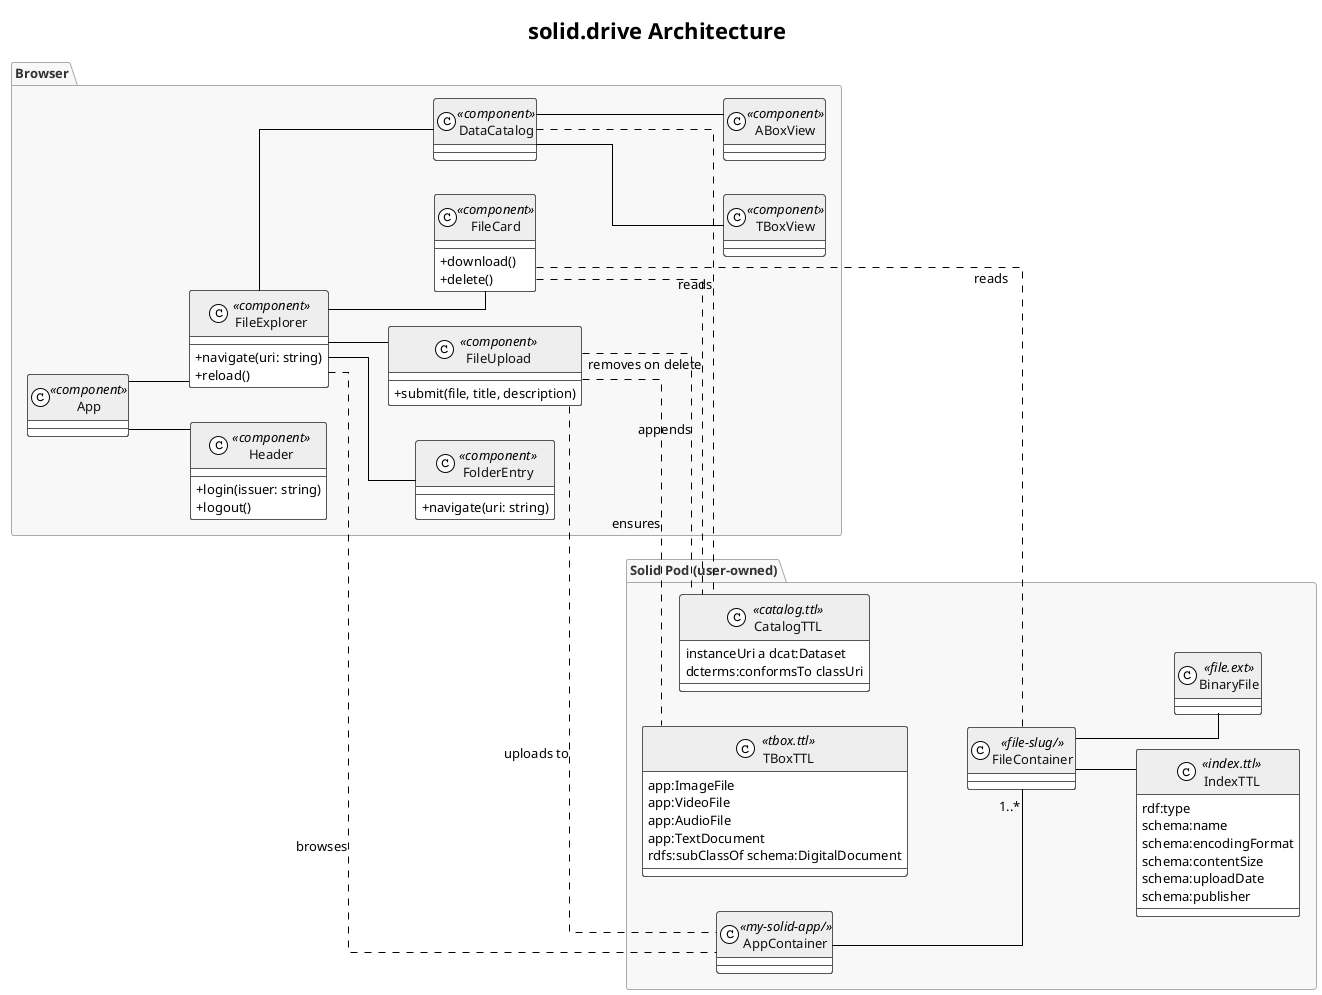
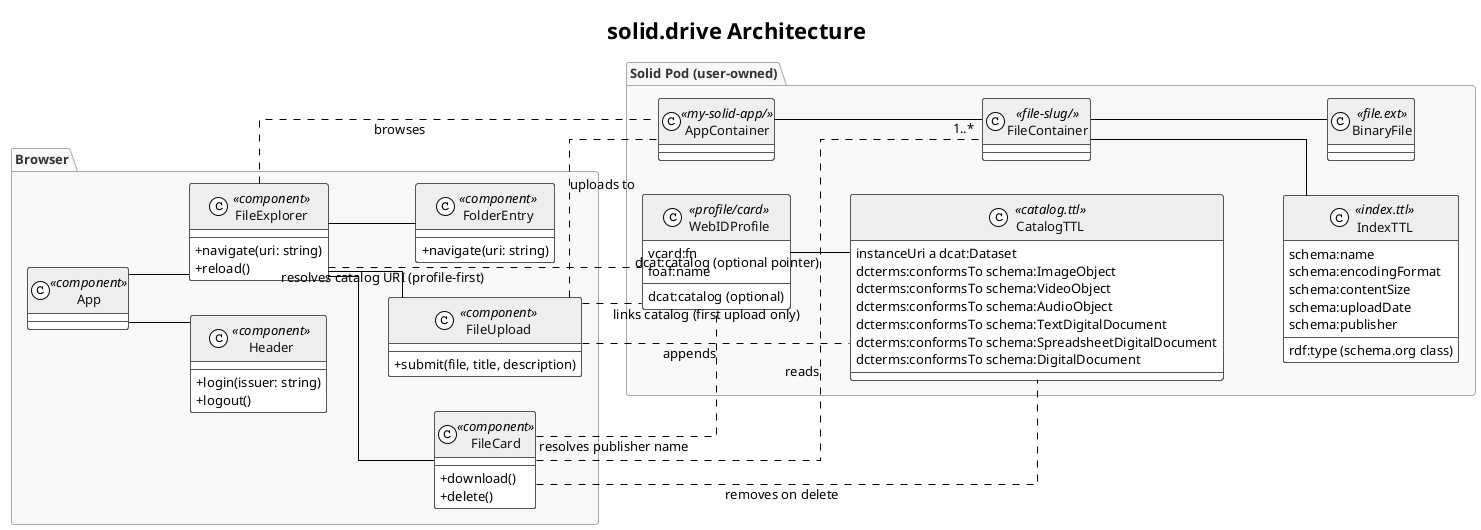
@startuml architecture
title solid.drive Architecture

!theme plain
skinparam defaultFontName sans-serif
skinparam defaultFontSize 13
skinparam classAttributeIconSize 0
skinparam backgroundColor White
skinparam linetype ortho

skinparam class {
  BackgroundColor White
  BorderColor #555555
  FontColor #111111
  HeaderBackgroundColor #EEEEEE
}

skinparam package {
  BackgroundColor #F8F8F8
  BorderColor #AAAAAA
  FontColor #333333
  FontStyle Bold
}

left to right direction

package "Browser" {

  class App <<component>>

  class Header <<component>> {
    +login(issuer: string)
    +logout()
  }

  class FileExplorer <<component>> {
    +navigate(uri: string)
    +reload()
  }

  class FileUpload <<component>> {
    +submit(file, title, description)
  }

  class FileCard <<component>> {
    +download()
    +delete()
  }

  class FolderEntry <<component>> {
    +navigate(uri: string)
  }

-   class DataCatalog <<component>>
-   class TBoxView <<component>>
-   class ABoxView <<component>>
- 
  App -- Header
  App -- FileExplorer
  FileExplorer -- FileUpload
  FileExplorer -- FileCard
  FileExplorer -- FolderEntry
-   FileExplorer -- DataCatalog
-   DataCatalog -- TBoxView
-   DataCatalog -- ABoxView
}

package "Solid Pod (user-owned)" {

-   class TBoxTTL <<tbox.ttl>> {
-     app:ImageFile
-     app:VideoFile
-     app:AudioFile
-     app:TextDocument
-     rdfs:subClassOf schema:DigitalDocument
-   }
- 
  class CatalogTTL <<catalog.ttl>> {
    instanceUri a dcat:Dataset
-     dcterms:conformsTo classUri
+     dcterms:conformsTo schema:ImageObject
+     dcterms:conformsTo schema:VideoObject
+     dcterms:conformsTo schema:AudioObject
+     dcterms:conformsTo schema:TextDigitalDocument
+     dcterms:conformsTo schema:SpreadsheetDigitalDocument
+     dcterms:conformsTo schema:DigitalDocument
  }

  class AppContainer <<my-solid-app/>>

  class FileContainer <<file-slug/>>

  class IndexTTL <<index.ttl>> {
-     rdf:type
+     rdf:type (schema.org class)
    schema:name
    schema:encodingFormat
    schema:contentSize
    schema:uploadDate
    schema:publisher
  }

  class BinaryFile <<file.ext>>

+   class WebIDProfile <<profile/card>> {
+     vcard:fn
+     foaf:name
+     dcat:catalog (optional)
+   }
+ 
  AppContainer -- "1..*" FileContainer
  FileContainer -- IndexTTL
  FileContainer -- BinaryFile
+   WebIDProfile -- CatalogTTL : dcat:catalog (optional pointer)
}

- FileUpload .. TBoxTTL    : ensures
- FileUpload .. CatalogTTL : appends
+ FileUpload .. CatalogTTL   : appends
FileUpload .. AppContainer : uploads to
+ FileUpload .. WebIDProfile : links catalog (first upload only)
FileCard .. FileContainer  : reads
- FileCard .. CatalogTTL    : removes on delete
- DataCatalog .. CatalogTTL : reads
+ FileCard .. CatalogTTL     : removes on delete
+ FileCard .. WebIDProfile   : resolves publisher name
FileExplorer .. AppContainer : browses
+ FileExplorer .. WebIDProfile : resolves catalog URI (profile-first)

@enduml
